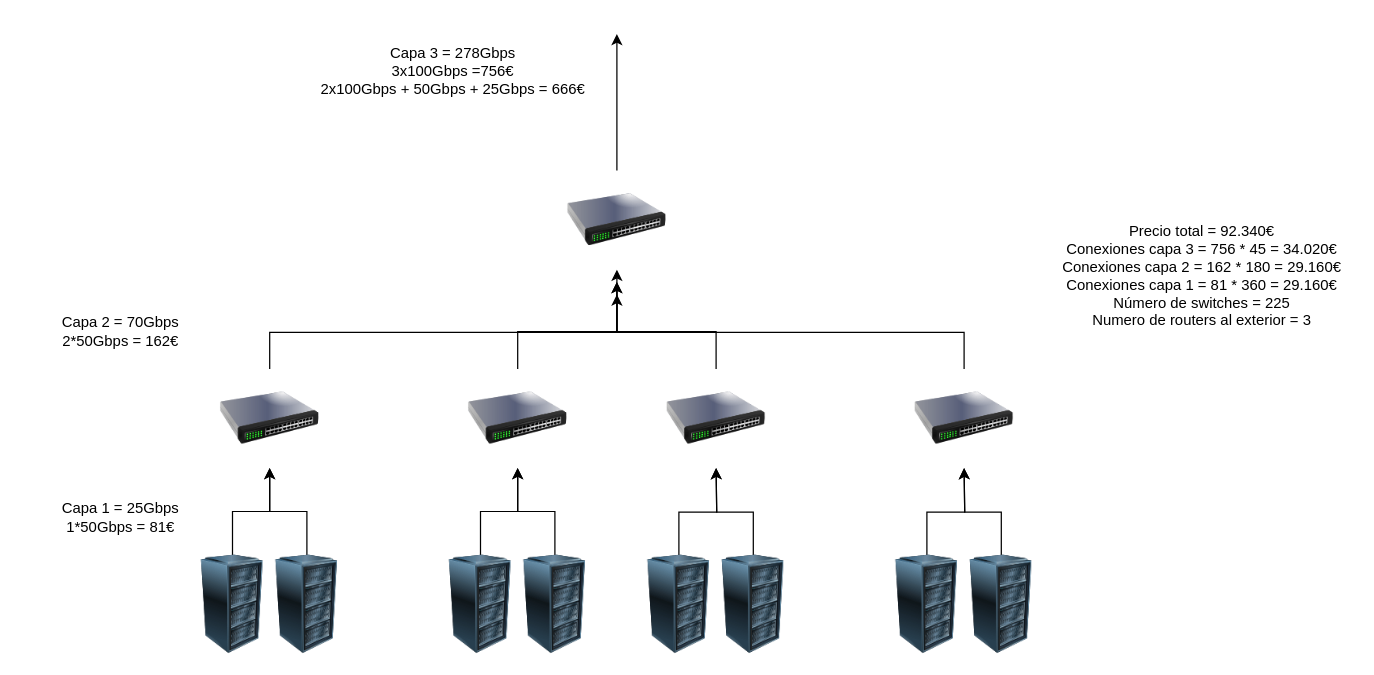
The draw.io diagram PrecioArquitectura.drawio in Grupo-4-AGR-2026/Practica-1, before the edit. Source tidied: cells renumbered, new cells numbered last; positions are measured from the earlier drawing's top-left corner, leaving out a move shared by most shapes. Both pictures are drawn from the tidied source at 124%, with x=0, y=0 at pixel (46, 21).
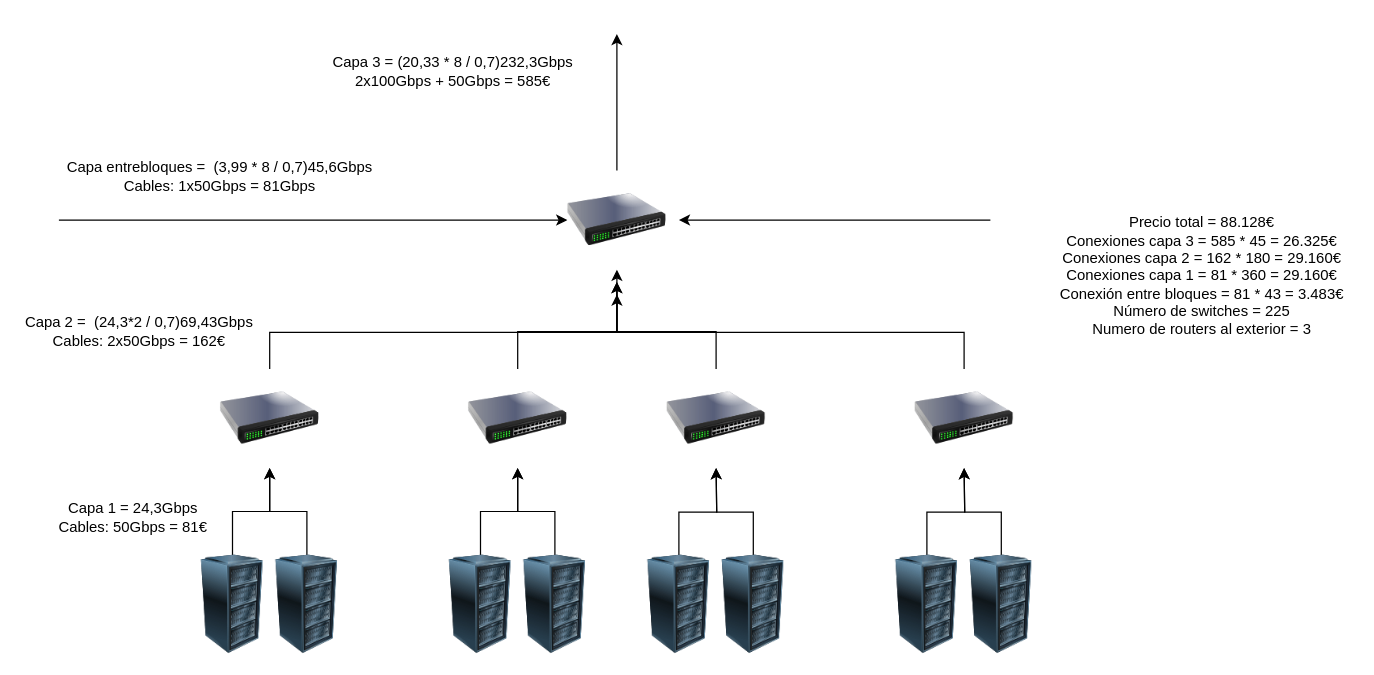
Above is the later version.

Commit message:
fix: add cable between 3rd layer switch

The change refers to these unchanged cells:
```xml
<mxCell id="15" style="image;html=1;image=img/lib/clip_art/networking/Switch_128x128.png;" parent="1" vertex="1">
  <mxGeometry x="420" y="120" width="80" height="80" as="geometry" />
</mxCell>
```

The edit, as a diff of the source:
```diff
@@
-    <mxCell id="16" value="Capa 3 = 278Gbps&lt;div&gt;3x100Gbps =756€&lt;/div&gt;&lt;div&gt;2x100Gbps + 50Gbps + 25Gbps = 666€&lt;/div&gt;" style="text;html=1;whiteSpace=wrap;strokeColor=none;fillColor=none;align=center;verticalAlign=middle;rounded=0;" parent="1" vertex="1">
+    <mxCell id="16" value="Capa 3 = (20,33 * 8 / 0,7)232,3Gbps&lt;div&gt;&lt;span style=&quot;background-color: transparent; color: light-dark(rgb(0, 0, 0), rgb(255, 255, 255));&quot;&gt;2x100Gbps + 50Gbps = 585€&lt;/span&gt;&lt;/div&gt;" style="text;html=1;whiteSpace=wrap;strokeColor=none;fillColor=none;align=center;verticalAlign=middle;rounded=0;" parent="1" vertex="1">
       <mxGeometry x="206" width="244" height="80" as="geometry" />
     </mxCell>
-    <mxCell id="17" value="Precio total = 92.340€&lt;div&gt;Conexiones capa 3 = 756 * 45 = 34.020€&lt;/div&gt;&lt;div&gt;Conexiones capa 2 = 162 * 180 = 29.160€&lt;/div&gt;&lt;div&gt;Conexiones capa 1 = 81 * 360 = 29.160€&lt;/div&gt;&lt;div&gt;Número de switches = 225&lt;/div&gt;&lt;div&gt;Numero de routers al exterior = 3&lt;/div&gt;" style="text;html=1;whiteSpace=wrap;strokeColor=none;fillColor=none;align=center;verticalAlign=middle;rounded=0;" parent="1" vertex="1">
+    <mxCell id="17" value="Precio total = 88.128€&lt;div&gt;Conexiones capa 3 = 585 * 45 = 26.325€&lt;/div&gt;&lt;div&gt;Conexiones capa 2 = 162 * 180 = 29.160€&lt;/div&gt;&lt;div&gt;Conexiones capa 1 = 81 * 360 = 29.160€&lt;/div&gt;&lt;div&gt;Conexión entre bloques = 81 * 43 = 3.483€&lt;/div&gt;&lt;div&gt;Número de switches = 225&lt;/div&gt;&lt;div&gt;Numero de routers al exterior = 3&lt;/div&gt;" style="text;html=1;whiteSpace=wrap;strokeColor=none;fillColor=none;align=center;verticalAlign=middle;rounded=0;" parent="1" vertex="1">
       <mxGeometry x="810" y="70" width="244" height="270" as="geometry" />
     </mxCell>
-    <mxCell id="18" value="Capa 2 = 70Gbps&lt;div&gt;2*50Gbps = 162€&lt;/div&gt;" style="text;html=1;whiteSpace=wrap;strokeColor=none;fillColor=none;align=center;verticalAlign=middle;rounded=0;" parent="1" vertex="1">
-      <mxGeometry y="220" width="120" height="60" as="geometry" />
+    <mxCell id="18" value="Capa 2 =&amp;nbsp; (24,3*2 / 0,7)69,43Gbps&lt;div&gt;Cables: 2x50Gbps = 162€&lt;/div&gt;" style="text;html=1;whiteSpace=wrap;strokeColor=none;fillColor=none;align=center;verticalAlign=middle;rounded=0;" parent="1" vertex="1">
+      <mxGeometry x="-20" y="220" width="190" height="60" as="geometry" />
     </mxCell>
-    <mxCell id="19" value="Capa 1 = 25Gbps&lt;div&gt;1*50Gbps = 81€&lt;/div&gt;" style="text;html=1;whiteSpace=wrap;strokeColor=none;fillColor=none;align=center;verticalAlign=middle;rounded=0;" parent="1" vertex="1">
-      <mxGeometry x="10" y="370" width="100" height="60" as="geometry" />
+    <mxCell id="19" value="Capa 1 = 24,3Gbps&lt;div&gt;Cables: 50Gbps = 81€&lt;/div&gt;" style="text;html=1;whiteSpace=wrap;strokeColor=none;fillColor=none;align=center;verticalAlign=middle;rounded=0;" parent="1" vertex="1">
+      <mxGeometry y="370" width="140" height="60" as="geometry" />
     </mxCell>
@@
+    <mxCell id="32" style="endArrow=classic;html=1;rounded=0;entryX=0;entryY=0.5;entryDx=0;entryDy=0;" parent="1" edge="1" target="15">
+      <mxGeometry relative="1" as="geometry">
+        <mxPoint x="10" y="160" as="sourcePoint" />
+      </mxGeometry>
+    </mxCell>
+    <mxCell id="33" style="endArrow=classic;html=1;rounded=0;" parent="1" edge="1">
+      <mxGeometry relative="1" as="geometry">
+        <mxPoint x="761.2" y="160" as="sourcePoint" />
+        <mxPoint x="510" y="160" as="targetPoint" />
+      </mxGeometry>
+    </mxCell>
+    <mxCell id="34" value="Capa entrebloques =&amp;nbsp; (3,99 * 8 / 0,7)45,6Gbps&lt;div&gt;Cables: 1x50Gbps = 81Gbps&lt;/div&gt;" style="text;html=1;whiteSpace=wrap;strokeColor=none;fillColor=none;align=center;verticalAlign=middle;rounded=0;" parent="1" vertex="1">
+      <mxGeometry x="10" y="90" width="260" height="70" as="geometry" />
+    </mxCell>
```
